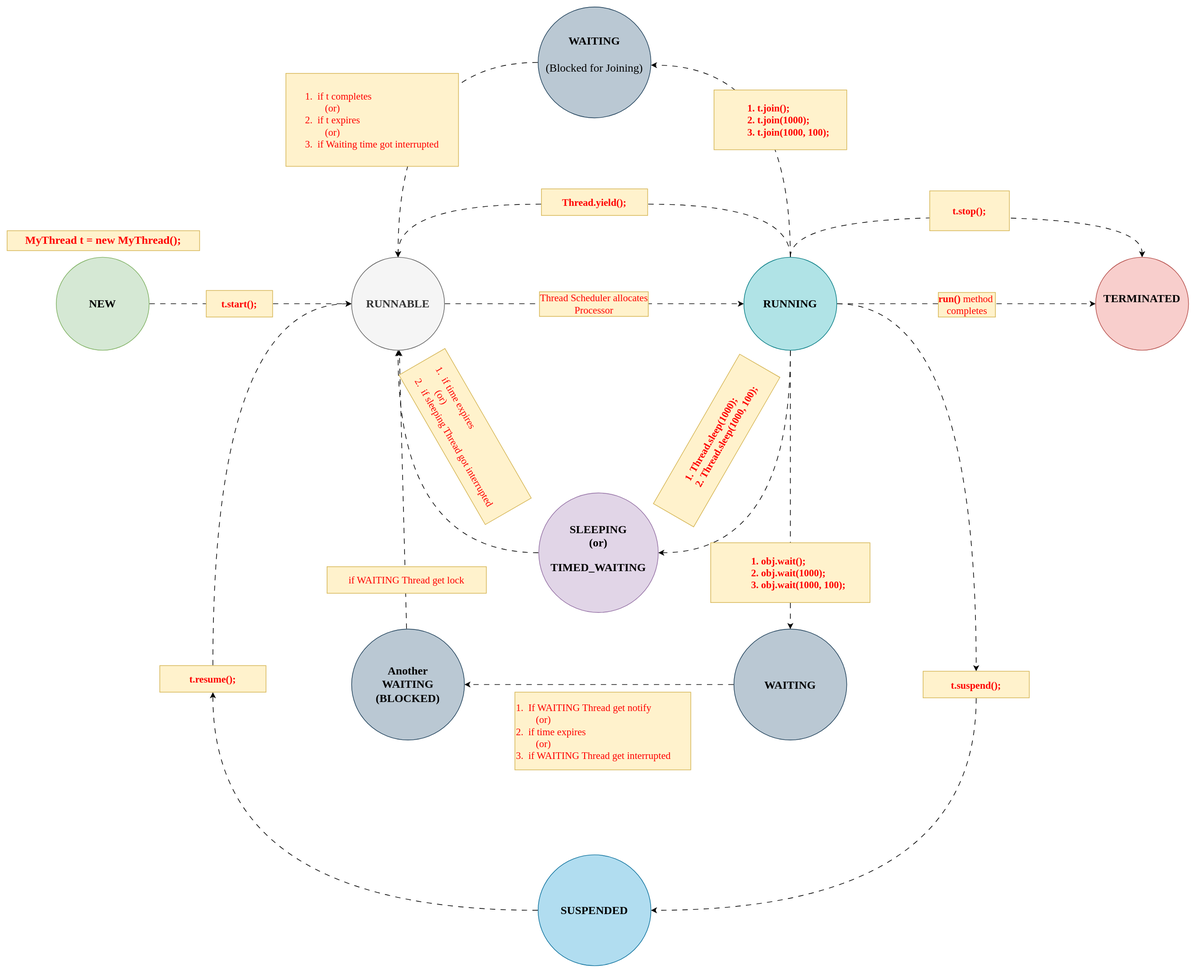
Earlier version of the draw.io export 00-JAVA/10-CORE-JAVA/50-MULTITHREADING/images/full-thread-lifecycle.drawio.svg (hiaadityahere/java-world). Source tidied: cells renumbered, new cells last; positions are measured from the earlier drawing's top-left corner, leaving out a move shared by most shapes.
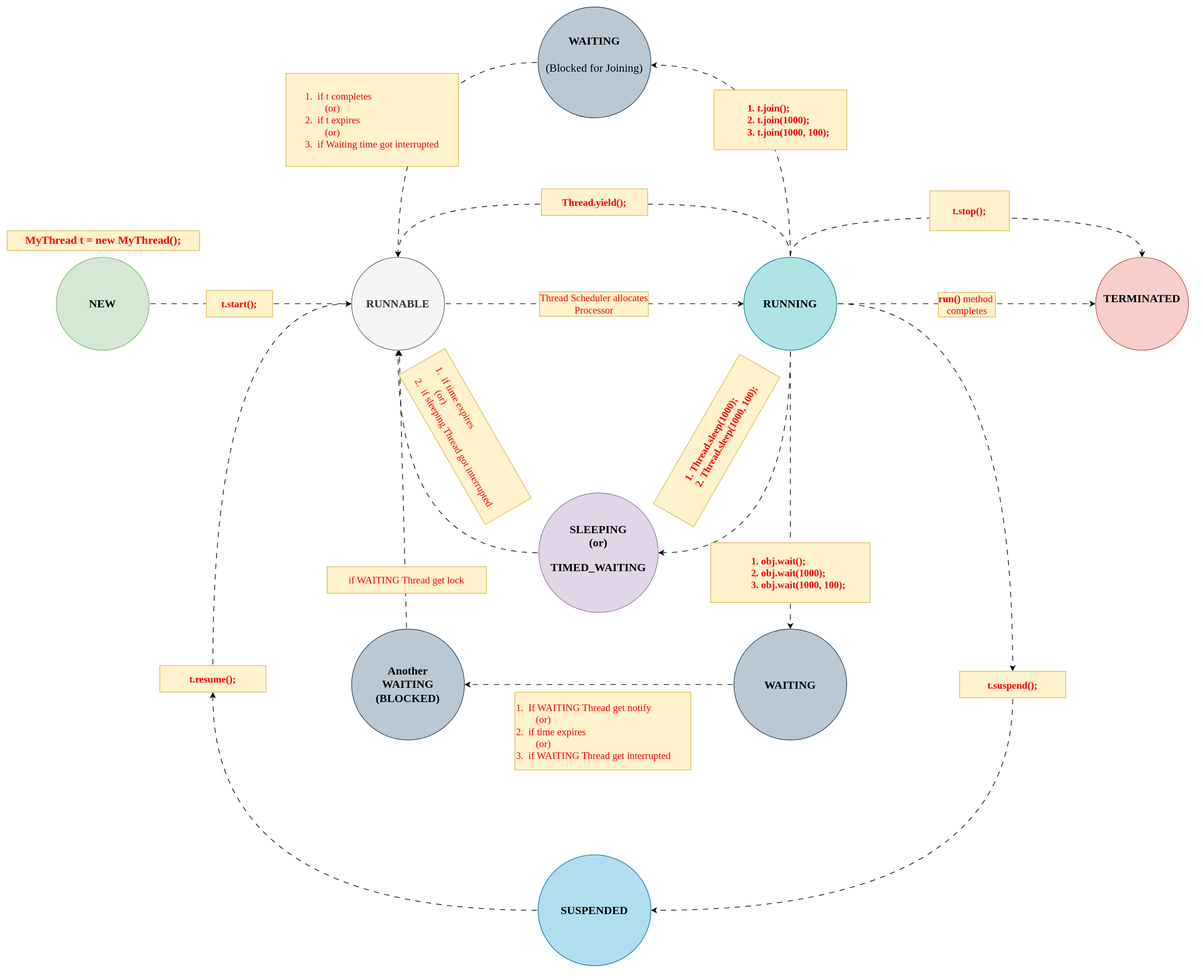
Above is the later version.

What changed in the source:
```diff
@@ -156,15 +156,11 @@
     <mxCell id="44" value="&lt;div style=&quot;text-align: justify;&quot;&gt;&lt;div&gt;&lt;span style=&quot;text-align: center; white-space: nowrap; color: rgb(255, 0, 0);&quot;&gt;t.resume();&lt;/span&gt;&lt;/div&gt;&lt;/div&gt;" style="text;html=1;whiteSpace=wrap;strokeColor=#d6b656;fillColor=#fff2cc;align=center;verticalAlign=middle;rounded=0;fontFamily=Georgia;fontSize=15;fontStyle=1;fontColor=#FF0000;" parent="1" vertex="1">
       <mxGeometry x="230" y="992" width="160" height="40" as="geometry" />
     </mxCell>
-    <mxCell id="45" style="edgeStyle=orthogonalEdgeStyle;html=1;entryX=1;entryY=0.5;entryDx=0;entryDy=0;fontFamily=Georgia;fontSize=15;dashed=1;dashPattern=8 8;curved=1;curveGeometry=1;flowAnimation=1;" parent="1" edge="1" source="46" target="35">
-      <mxGeometry relative="1" as="geometry">
-        <Array as="points">
-          <mxPoint x="1460" y="1360.5" />
-        </Array>
-      </mxGeometry>
+    <mxCell id="45" style="edgeStyle=orthogonalEdgeStyle;html=1;entryX=1;entryY=0.5;entryDx=0;entryDy=0;fontFamily=Georgia;fontSize=15;dashed=1;dashPattern=8 8;curved=1;curveGeometry=1;flowAnimation=1;exitX=0.5;exitY=1;exitDx=0;exitDy=0;" parent="1" edge="1" source="46" target="35">
+      <mxGeometry relative="1" as="geometry" />
     </mxCell>
     <mxCell id="46" value="&lt;div style=&quot;text-align: justify;&quot;&gt;&lt;div&gt;&lt;span style=&quot;text-align: center; white-space: nowrap; color: rgb(255, 0, 0);&quot;&gt;t.suspend();&lt;/span&gt;&lt;/div&gt;&lt;/div&gt;" style="text;html=1;whiteSpace=wrap;strokeColor=#d6b656;fillColor=#fff2cc;align=center;verticalAlign=middle;rounded=0;fontFamily=Georgia;fontSize=15;fontStyle=1;fontColor=#FF0000;" parent="1" vertex="1">
-      <mxGeometry x="1380" y="1000.5" width="160" height="40" as="geometry" />
+      <mxGeometry x="1435" y="1000.5" width="160" height="40" as="geometry" />
     </mxCell>
   </root>
 </mxGraphModel>
```
